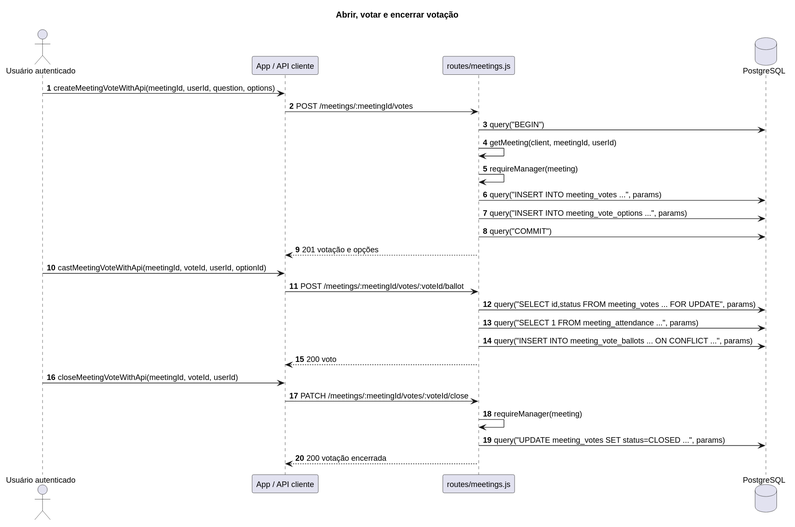
Above: docs/Diagramas/ENTREGA_DEFINITIVA/renderizados/seq-votacoes.svg in skzun/BRTPDS2 (PlantUML), before the change. Its source is kept beside it as docs/Diagramas/ENTREGA_DEFINITIVA/fontes/seq-votacoes.puml.
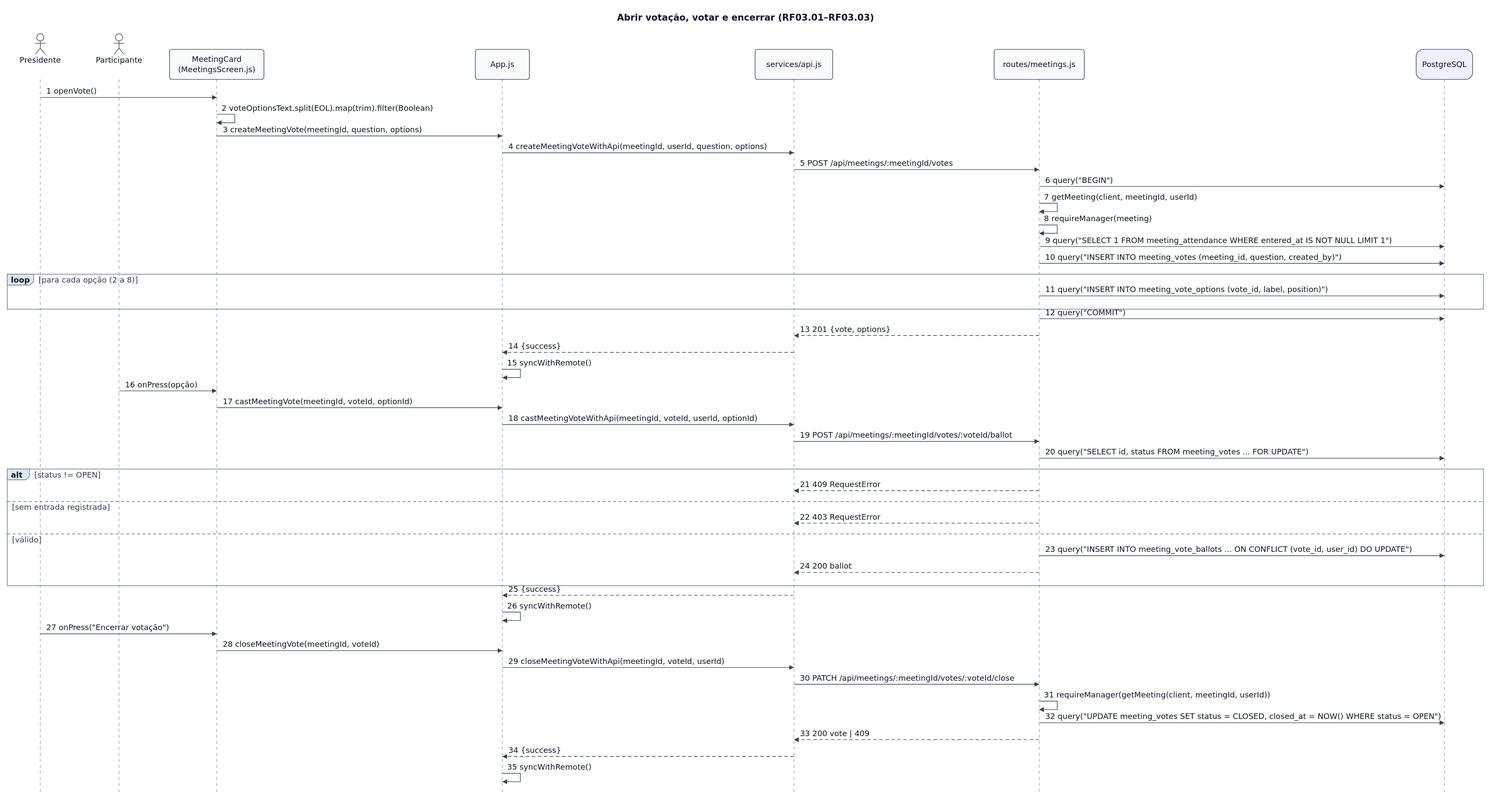
The same file after the commit.

Change to the diagram source:
```diff
@@ -1,31 +1,62 @@
 @startuml
 !pragma layout smetana
+skinparam backgroundColor white
 skinparam shadowing false
+skinparam defaultFontName SansSerif
 skinparam defaultFontSize 13
-title Abrir, votar e encerrar votação
+skinparam ArrowColor #334155
+skinparam roundcorner 5
+skinparam dpi 130
+skinparam sequenceMessageAlign left
+hide footbox
 autonumber
-actor "Usuário autenticado" as U
-participant "App / API cliente" as App
-participant "routes/meetings.js" as API
-database PostgreSQL as DB
-U -> App: createMeetingVoteWithApi(meetingId, userId, question, options)
-App -> API: POST /meetings/:meetingId/votes
-API -> DB: query("BEGIN")
-API -> API: getMeeting(client, meetingId, userId)
-API -> API: requireManager(meeting)
-API -> DB: query("INSERT INTO meeting_votes ...", params)
-API -> DB: query("INSERT INTO meeting_vote_options ...", params)
-API -> DB: query("COMMIT")
-API --> App: 201 votação e opções
-U -> App: castMeetingVoteWithApi(meetingId, voteId, userId, optionId)
-App -> API: POST /meetings/:meetingId/votes/:voteId/ballot
-API -> DB: query("SELECT id,status FROM meeting_votes ... FOR UPDATE", params)
-API -> DB: query("SELECT 1 FROM meeting_attendance ...", params)
-API -> DB: query("INSERT INTO meeting_vote_ballots ... ON CONFLICT ...", params)
-API --> App: 200 voto
-U -> App: closeMeetingVoteWithApi(meetingId, voteId, userId)
-App -> API: PATCH /meetings/:meetingId/votes/:voteId/close
-API -> API: requireManager(meeting)
-API -> DB: query("UPDATE meeting_votes SET status=CLOSED ...", params)
-API --> App: 200 votação encerrada
+title Abrir votação, votar e encerrar (RF03.01–RF03.03)
+actor "Presidente" as G
+actor "Participante" as P
+participant "MeetingCard\n(MeetingsScreen.js)" as UI
+participant "App.js" as App
+participant "services/api.js" as Api
+participant "routes/meetings.js" as R
+database "PostgreSQL" as DB
+G -> UI : openVote()
+UI -> UI : voteOptionsText.split(EOL).map(trim).filter(Boolean)
+UI -> App : createMeetingVote(meetingId, question, options)
+App -> Api : createMeetingVoteWithApi(meetingId, userId, question, options)
+Api -> R : POST /api/meetings/:meetingId/votes
+R -> DB : query("BEGIN")
+R -> R : getMeeting(client, meetingId, userId)
+R -> R : requireManager(meeting)
+R -> DB : query("SELECT 1 FROM meeting_attendance WHERE entered_at IS NOT NULL LIMIT 1")
+R -> DB : query("INSERT INTO meeting_votes (meeting_id, question, created_by)")
+loop para cada opção (2 a 8)
+ R -> DB : query("INSERT INTO meeting_vote_options (vote_id, label, position)")
+end
+R -> DB : query("COMMIT")
+R --> Api : 201 {vote, options}
+Api --> App : {success}
+App -> App : syncWithRemote()
+P -> UI : onPress(opção)
+UI -> App : castMeetingVote(meetingId, voteId, optionId)
+App -> Api : castMeetingVoteWithApi(meetingId, voteId, userId, optionId)
+Api -> R : POST /api/meetings/:meetingId/votes/:voteId/ballot
+R -> DB : query("SELECT id, status FROM meeting_votes ... FOR UPDATE")
+alt status != OPEN
+ R --> Api : 409 RequestError
+else sem entrada registrada
+ R --> Api : 403 RequestError
+else válido
+ R -> DB : query("INSERT INTO meeting_vote_ballots ... ON CONFLICT (vote_id, user_id) DO UPDATE")
+ R --> Api : 200 ballot
+end
+Api --> App : {success}
+App -> App : syncWithRemote()
+G -> UI : onPress("Encerrar votação")
+UI -> App : closeMeetingVote(meetingId, voteId)
+App -> Api : closeMeetingVoteWithApi(meetingId, voteId, userId)
+Api -> R : PATCH /api/meetings/:meetingId/votes/:voteId/close
+R -> R : requireManager(getMeeting(client, meetingId, userId))
+R -> DB : query("UPDATE meeting_votes SET status = CLOSED, closed_at = NOW() WHERE status = OPEN")
+R --> Api : 200 vote | 409
+Api --> App : {success}
+App -> App : syncWithRemote()
 @enduml
```
